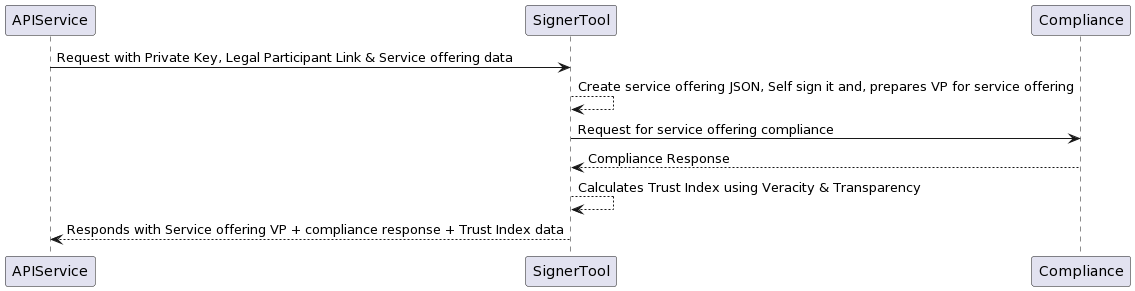
This is docs/create-service-offering.png from smartSenseSolutions/gaia-x-signer-tool, a PlantUML export, as it was before one commit.
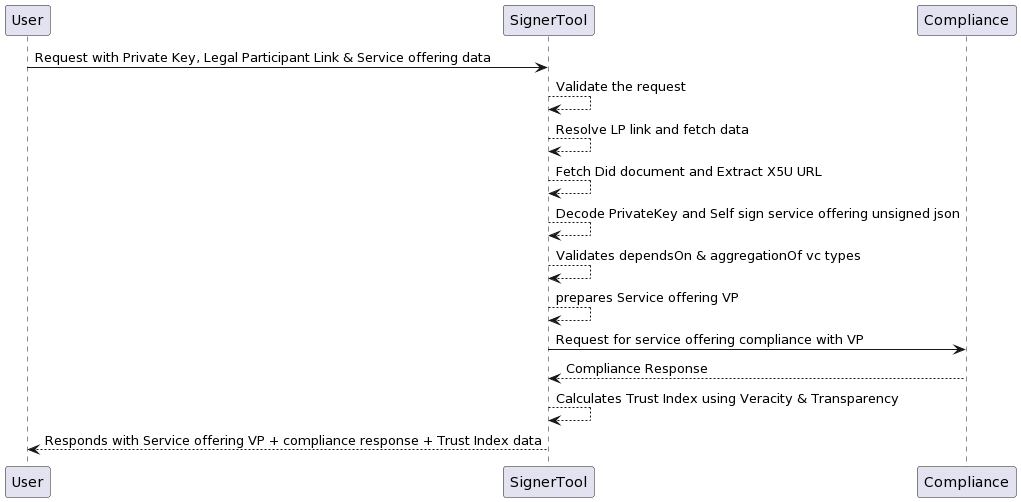
Above is the later version.

Commit message:
fix: readme and sequence diagram updated

Diff of the diagram source:
```diff
@@ -1,9 +1,14 @@
 @startuml
-APIService -> SignerTool: Request with Private Key, Legal Participant Link & Service offering data
-SignerTool --> SignerTool: Create service offering JSON, Self sign it and, prepares VP for service offering
-SignerTool -> Compliance: Request for service offering compliance
+User -> SignerTool: Request with Private Key, Legal Participant Link & Service offering data
+SignerTool --> SignerTool: Validate the request
+SignerTool --> SignerTool: Resolve LP link and fetch data
+SignerTool --> SignerTool: Fetch Did document and Extract X5U URL
+SignerTool --> SignerTool: Decode PrivateKey and Self sign service offering unsigned json
+SignerTool --> SignerTool: Validates dependsOn & aggregationOf vc types
+SignerTool --> SignerTool: prepares Service offering VP
+SignerTool -> Compliance: Request for service offering compliance with VP
 
 Compliance --> SignerTool: Compliance Response
 SignerTool --> SignerTool: Calculates Trust Index using Veracity & Transparency
-SignerTool --> APIService: Responds with Service offering VP + compliance response + Trust Index data
+SignerTool --> User: Responds with Service offering VP + compliance response + Trust Index data
 @enduml
```
